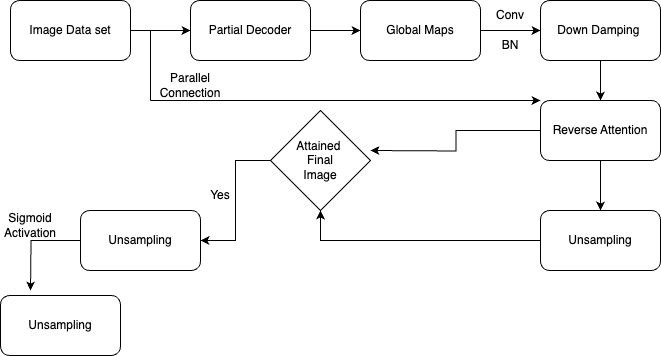
The draw.io diagram PraNet.drawio.png in kartikhegadi/AWS-diagram, before a commit. Source tidied: cells renumbered, new cells last; positions are measured from the earlier drawing's top-left corner, leaving out a move shared by most shapes.
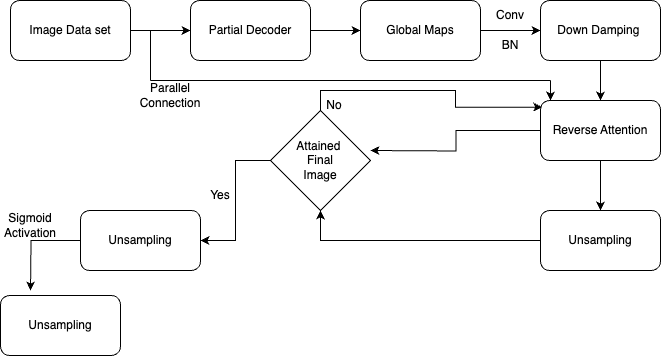
Later version of the same file.

Change to the diagram source:
```diff
@@ -60,15 +60,9 @@
     <mxCell id="19" value="Attained&amp;nbsp;&lt;br&gt;Final&lt;br&gt;Image" style="rhombus;whiteSpace=wrap;html=1;" parent="1" vertex="1">
       <mxGeometry x="270" y="110" width="100" height="100" as="geometry" />
     </mxCell>
-    <mxCell id="20" style="endArrow=classic;html=1;rounded=0;" parent="1" edge="1">
-      <mxGeometry relative="1" as="geometry">
-        <mxPoint x="150" y="100" as="sourcePoint" />
-        <mxPoint x="540" y="100" as="targetPoint" />
-      </mxGeometry>
-    </mxCell>
     <mxCell id="21" style="endArrow=none;html=1;rounded=0;" parent="1" edge="1">
       <mxGeometry relative="1" as="geometry">
-        <mxPoint x="150" y="100" as="sourcePoint" />
+        <mxPoint x="150" y="80" as="sourcePoint" />
         <mxPoint x="150" y="30" as="targetPoint" />
       </mxGeometry>
     </mxCell>
@@ -79,7 +73,7 @@
       <mxGeometry x="190" y="180" width="60" height="30" as="geometry" />
     </mxCell>
     <mxCell id="24" value="Parallel Connection" style="text;html=1;strokeColor=none;fillColor=none;align=center;verticalAlign=middle;whiteSpace=wrap;rounded=0;" parent="1" vertex="1">
-      <mxGeometry x="160" y="70" width="60" height="30" as="geometry" />
+      <mxGeometry x="140" y="80" width="60" height="30" as="geometry" />
     </mxCell>
     <mxCell id="25" value="Conv" style="text;html=1;strokeColor=none;fillColor=none;align=center;verticalAlign=middle;whiteSpace=wrap;rounded=0;" parent="1" vertex="1">
       <mxGeometry x="480" width="60" height="30" as="geometry" />
@@ -87,5 +81,23 @@
     <mxCell id="26" value="BN" style="text;html=1;strokeColor=none;fillColor=none;align=center;verticalAlign=middle;whiteSpace=wrap;rounded=0;" parent="1" vertex="1">
       <mxGeometry x="480" y="30" width="60" height="30" as="geometry" />
     </mxCell>
+    <mxCell id="27" style="edgeStyle=orthogonalEdgeStyle;rounded=0;jettySize=auto;html=1;exitX=0.5;exitY=0;exitDx=0;exitDy=0;entryX=0.015;entryY=0.111;entryDx=0;entryDy=0;entryPerimeter=0;" parent="1" edge="1" source="19" target="12">
+      <mxGeometry relative="1" as="geometry" />
+    </mxCell>
+    <mxCell id="28" style="endArrow=none;html=1;rounded=0;" parent="1" edge="1">
+      <mxGeometry relative="1" as="geometry">
+        <mxPoint x="150" y="80" as="sourcePoint" />
+        <mxPoint x="550" y="80" as="targetPoint" />
+      </mxGeometry>
+    </mxCell>
+    <mxCell id="29" style="endArrow=classic;html=1;rounded=0;" parent="1" edge="1">
+      <mxGeometry relative="1" as="geometry">
+        <mxPoint x="550" y="80" as="sourcePoint" />
+        <mxPoint x="550" y="100" as="targetPoint" />
+      </mxGeometry>
+    </mxCell>
+    <mxCell id="30" value="No" style="text;html=1;strokeColor=none;fillColor=none;align=center;verticalAlign=middle;whiteSpace=wrap;rounded=0;" parent="1" vertex="1">
+      <mxGeometry x="304" y="90" width="60" height="30" as="geometry" />
+    </mxCell>
   </root>
 </mxGraphModel>
```
